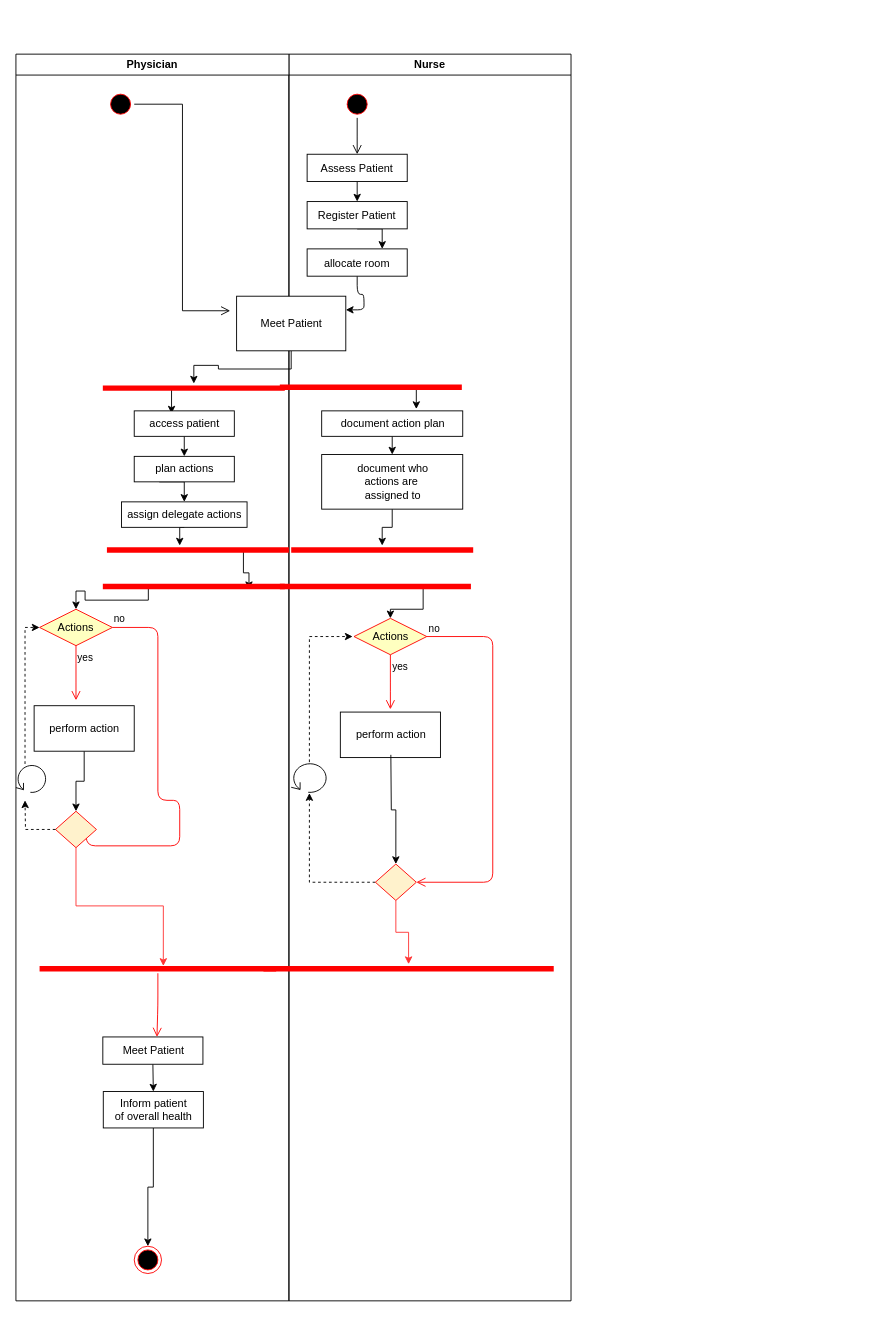
Above: m-t-1.drawio in kestersimm/drawio (draw.io), before the change. Source tidied: cells renumbered, new cells numbered last; positions are measured from the earlier drawing's top-left corner, leaving out a move shared by most shapes. Both pictures are drawn from the tidied source at 91%, with x=0, y=0 at pixel (15, 54).
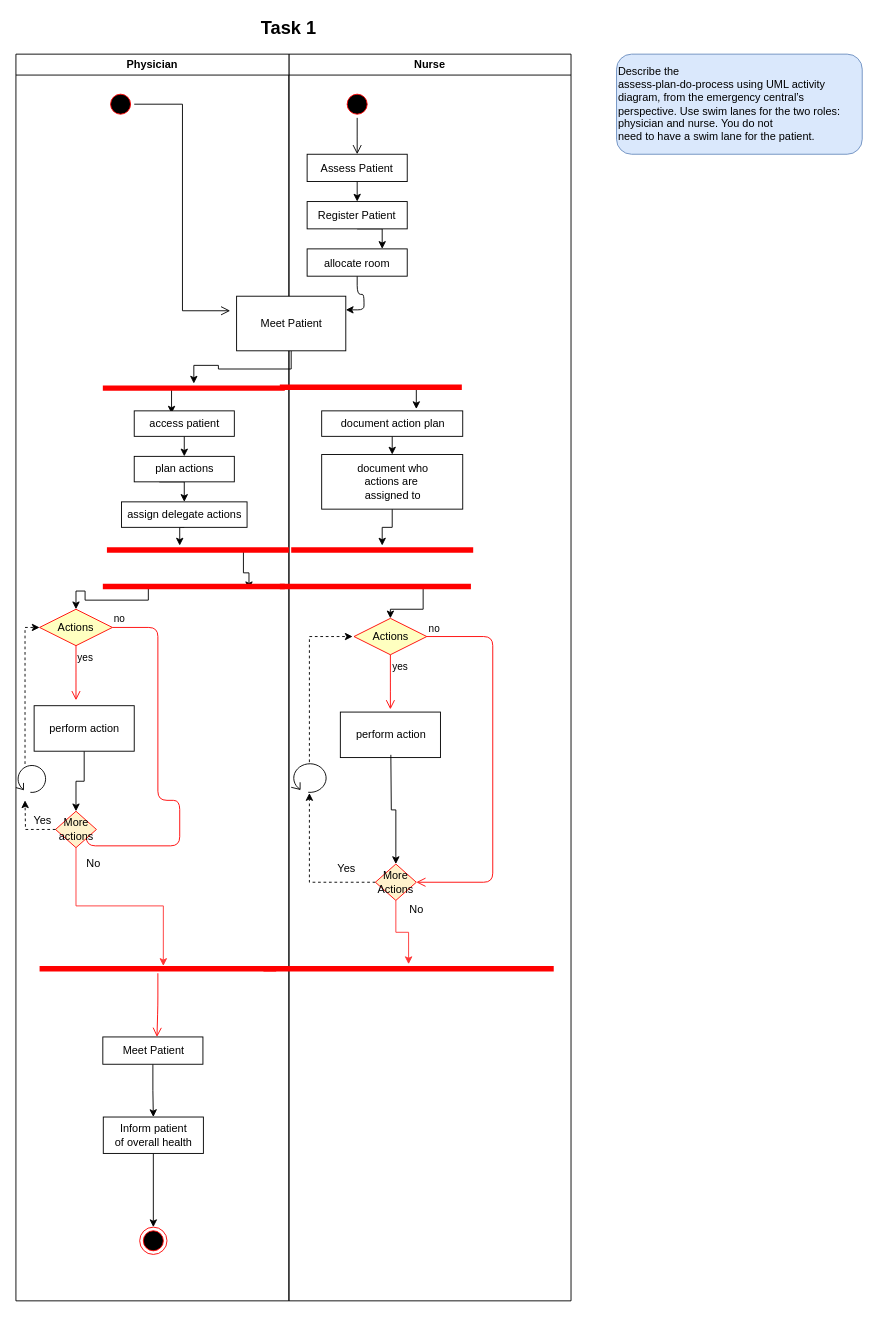
The same diagram, later.

Unchanged cells that the change refers to:
```xml
<mxCell id="2" value="Nurse" style="swimlane;whiteSpace=wrap;" parent="1" vertex="1">
  <mxGeometry x="300" width="310" height="1370" as="geometry" />
</mxCell>
<mxCell id="11" value="Physician" style="swimlane;whiteSpace=wrap;" parent="2" vertex="1">
  <mxGeometry x="-300" width="300" height="1370" as="geometry" />
</mxCell>
```

The edit, as a diff of the source:
```diff
@@
-    <mxCell id="35" style="rhombus;whiteSpace=wrap;html=1;fillColor=#fff2cc;strokeColor=#FF0000;" parent="11" vertex="1">
+    <mxCell id="35" value="More actions" style="rhombus;whiteSpace=wrap;html=1;fillColor=#fff2cc;strokeColor=#FF0000;" parent="11" vertex="1">
       <mxGeometry x="43.5" y="832" width="45" height="40" as="geometry" />
     </mxCell>
@@
     <mxCell id="41" value="Inform patient &lt;br&gt;of overall health" style="html=1;strokeColor=#000000;" parent="11" vertex="1">
-      <mxGeometry x="96" y="1140" width="110" height="40" as="geometry" />
+      <mxGeometry x="96" y="1168" width="110" height="40" as="geometry" />
     </mxCell>
     <mxCell id="42" style="ellipse;html=1;shape=endState;fillColor=#000000;strokeColor=#ff0000;" parent="11" vertex="1">
-      <mxGeometry x="130" y="1310" width="30" height="30" as="geometry" />
+      <mxGeometry x="136" y="1289" width="30" height="30" as="geometry" />
     </mxCell>
@@
+    <mxCell id="65" value="No" style="text;html=1;align=center;verticalAlign=middle;" parent="11" vertex="1">
+      <mxGeometry x="70" y="880" width="30" height="20" as="geometry" />
+    </mxCell>
@@
-    <mxCell id="60" style="rhombus;whiteSpace=wrap;html=1;fillColor=#fff2cc;strokeColor=#FF0000;" parent="2" vertex="1">
+    <mxCell id="60" value="More Actions" style="rhombus;whiteSpace=wrap;html=1;fillColor=#fff2cc;strokeColor=#FF0000;" parent="2" vertex="1">
       <mxGeometry x="95" y="890" width="45" height="40" as="geometry" />
     </mxCell>
@@
+    <mxCell id="66" value="No" style="text;html=1;align=center;verticalAlign=middle;" parent="2" vertex="1">
+      <mxGeometry x="125" y="930" width="30" height="20" as="geometry" />
+    </mxCell>
@@
+    <mxCell id="67" value="&lt;p class=&quot;MsoNormal&quot;&gt;&lt;span lang=&quot;EN-US&quot;&gt;Describe the&lt;br&gt;assess-plan-do-process using UML activity diagram, from the emergency central’s&lt;br&gt;perspective. Use swim lanes for the two roles: physician and nurse. You do not&lt;br&gt;need to have a swim lane for the patient.&lt;/span&gt;&lt;/p&gt;" style="rounded=1;whiteSpace=wrap;html=1;fillColor=#dae8fc;strokeColor=#6c8ebf;align=left;" parent="1" vertex="1">
+      <mxGeometry x="660" width="270" height="110" as="geometry" />
+    </mxCell>
+    <mxCell id="68" value="&lt;b&gt;&lt;font style=&quot;font-size: 20px&quot;&gt;Task 1&lt;/font&gt;&lt;/b&gt;" style="text;html=1;strokeColor=none;fillColor=none;align=center;verticalAlign=middle;whiteSpace=wrap;rounded=0;" parent="1" vertex="1">
+      <mxGeometry x="205" y="-40" width="190" height="20" as="geometry" />
+    </mxCell>
+    <mxCell id="69" value="Yes" style="text;html=1;align=center;verticalAlign=middle;" parent="1" vertex="1">
+      <mxGeometry x="9" y="833" width="40" height="20" as="geometry" />
+    </mxCell>
+    <mxCell id="70" value="Yes" style="text;html=1;align=center;verticalAlign=middle;" parent="1" vertex="1">
+      <mxGeometry x="343" y="885" width="40" height="20" as="geometry" />
+    </mxCell>
```
